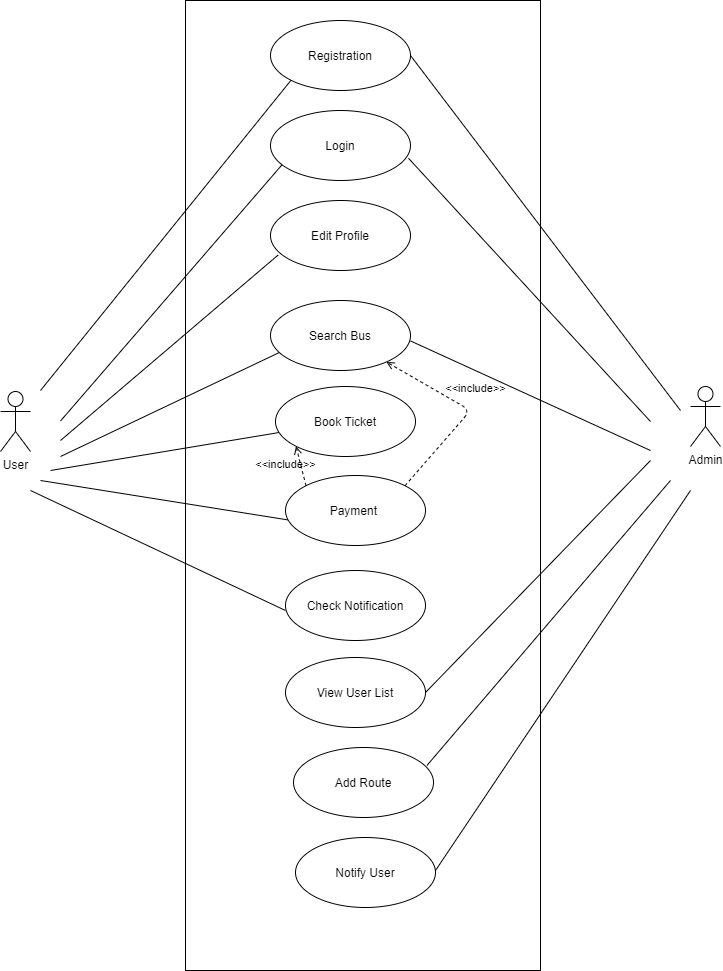
This is UML_Diagrams/UsecaseDiagram.png from lamisharawshan/Bus-Ticket-Booking-System, a draw.io export, as it was before one commit. Source tidied: cells renumbered, new cells last; positions are measured from the earlier drawing's top-left corner, leaving out a move shared by most shapes.
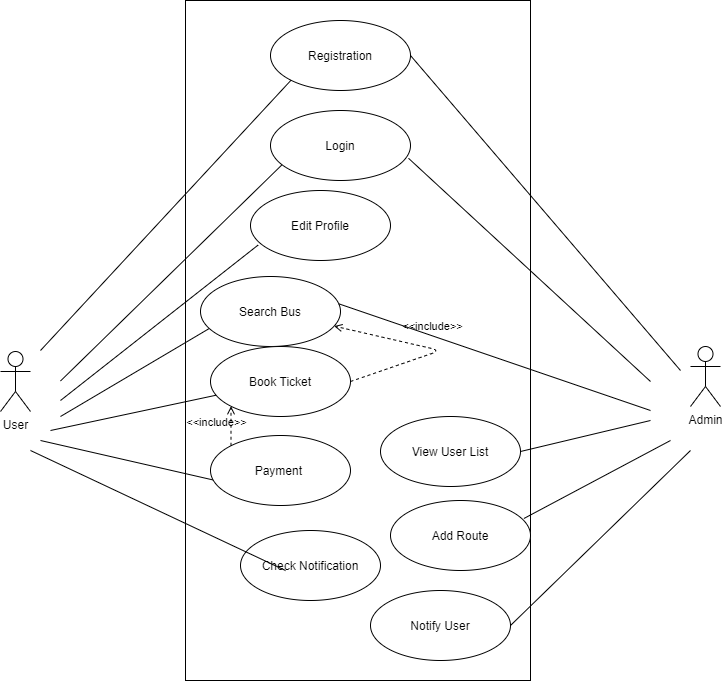
The same diagram one commit later.

What changed in the source:
```diff
@@ -3,39 +3,39 @@
     <mxCell id="0" />
     <mxCell id="1" parent="0" />
     <mxCell id="2" value="&lt;p style=&quot;margin: 0px ; margin-top: 4px ; text-align: center&quot;&gt;&lt;br&gt;&lt;/p&gt;" style="shape=rect;html=1;overflow=fill;html=1;whiteSpace=wrap;align=center;" parent="1" vertex="1">
-      <mxGeometry x="185" width="355" height="970" as="geometry" />
+      <mxGeometry x="185" y="40" width="345" height="680" as="geometry" />
     </mxCell>
     <mxCell id="3" value="Registration" style="ellipse;whiteSpace=wrap;html=1;" parent="1" vertex="1">
-      <mxGeometry x="270" y="20" width="140" height="70" as="geometry" />
+      <mxGeometry x="270" y="60" width="140" height="70" as="geometry" />
     </mxCell>
     <mxCell id="4" value="Login" style="ellipse;whiteSpace=wrap;html=1;" parent="1" vertex="1">
-      <mxGeometry x="270" y="110" width="140" height="70" as="geometry" />
+      <mxGeometry x="270" y="150" width="140" height="70" as="geometry" />
     </mxCell>
     <mxCell id="5" value="Edit Profile" style="ellipse;whiteSpace=wrap;html=1;" parent="1" vertex="1">
-      <mxGeometry x="270" y="200" width="140" height="70" as="geometry" />
+      <mxGeometry x="250" y="230" width="140" height="70" as="geometry" />
     </mxCell>
     <mxCell id="6" value="Search Bus" style="ellipse;whiteSpace=wrap;html=1;" parent="1" vertex="1">
-      <mxGeometry x="270" y="300" width="140" height="70" as="geometry" />
+      <mxGeometry x="200" y="316" width="140" height="70" as="geometry" />
     </mxCell>
     <mxCell id="7" value="Book Ticket" style="ellipse;whiteSpace=wrap;html=1;" parent="1" vertex="1">
-      <mxGeometry x="275" y="386" width="140" height="70" as="geometry" />
+      <mxGeometry x="210" y="386" width="140" height="70" as="geometry" />
     </mxCell>
     <mxCell id="8" value="Payment&amp;nbsp;" style="ellipse;whiteSpace=wrap;html=1;" parent="1" vertex="1">
-      <mxGeometry x="285" y="475" width="140" height="70" as="geometry" />
+      <mxGeometry x="210" y="475" width="140" height="70" as="geometry" />
     </mxCell>
     <mxCell id="9" value="View User List" style="ellipse;whiteSpace=wrap;html=1;" parent="1" vertex="1">
-      <mxGeometry x="285" y="657" width="140" height="70" as="geometry" />
+      <mxGeometry x="380" y="456" width="140" height="70" as="geometry" />
     </mxCell>
     <mxCell id="10" value="Add Route" style="ellipse;whiteSpace=wrap;html=1;" parent="1" vertex="1">
-      <mxGeometry x="293" y="747" width="140" height="70" as="geometry" />
+      <mxGeometry x="390" y="540" width="140" height="70" as="geometry" />
     </mxCell>
     <mxCell id="11" value="Notify User" style="ellipse;whiteSpace=wrap;html=1;" parent="1" vertex="1">
-      <mxGeometry x="295" y="837" width="140" height="70" as="geometry" />
+      <mxGeometry x="370" y="630" width="140" height="70" as="geometry" />
     </mxCell>
-    <mxCell id="12" value="&amp;lt;&amp;lt;include&amp;gt;&amp;gt;" style="edgeStyle=none;html=1;endArrow=open;verticalAlign=bottom;dashed=1;labelBackgroundColor=none;exitX=1;exitY=0;exitDx=0;exitDy=0;" parent="1" edge="1" source="8" target="6">
+    <mxCell id="12" value="&amp;lt;&amp;lt;include&amp;gt;&amp;gt;" style="edgeStyle=none;html=1;endArrow=open;verticalAlign=bottom;dashed=1;labelBackgroundColor=none;exitX=1;exitY=0.5;exitDx=0;exitDy=0;" parent="1" edge="1" source="7" target="6">
       <mxGeometry x="0.08" y="-14" relative="1" as="geometry">
         <Array as="points">
-          <mxPoint x="470" y="410" />
+          <mxPoint x="440" y="390" />
         </Array>
         <mxPoint x="3" y="2" as="offset" />
       </mxGeometry>
@@ -82,7 +82,7 @@
       </mxGeometry>
     </mxCell>
     <mxCell id="22" value="Check Notification" style="ellipse;whiteSpace=wrap;html=1;" parent="1" vertex="1">
-      <mxGeometry x="285" y="570" width="140" height="70" as="geometry" />
+      <mxGeometry x="240" y="570" width="140" height="70" as="geometry" />
     </mxCell>
     <mxCell id="23" style="edgeStyle=none;html=1;endArrow=none;verticalAlign=bottom;exitX=1;exitY=0.5;exitDx=0;exitDy=0;" parent="1" edge="1" source="3">
       <mxGeometry relative="1" as="geometry">
@@ -94,7 +94,7 @@
         <mxPoint x="650" y="460" as="targetPoint" />
       </mxGeometry>
     </mxCell>
-    <mxCell id="25" style="edgeStyle=none;html=1;endArrow=none;verticalAlign=bottom;exitX=0.634;exitY=0.351;exitDx=0;exitDy=0;exitPerimeter=0;" parent="1" edge="1" source="2">
+    <mxCell id="25" style="edgeStyle=none;html=1;endArrow=none;verticalAlign=bottom;exitX=0.989;exitY=0.391;exitDx=0;exitDy=0;exitPerimeter=0;" parent="1" edge="1" source="6">
       <mxGeometry relative="1" as="geometry">
         <mxPoint x="650" y="450" as="targetPoint" />
       </mxGeometry>
@@ -109,9 +109,8 @@
         <mxPoint x="670" y="480" as="targetPoint" />
       </mxGeometry>
     </mxCell>
-    <mxCell id="28" style="edgeStyle=none;html=1;endArrow=none;verticalAlign=bottom;" parent="1" edge="1">
+    <mxCell id="28" style="edgeStyle=none;html=1;endArrow=none;verticalAlign=bottom;exitX=1;exitY=0.5;exitDx=0;exitDy=0;" parent="1" edge="1" source="11">
       <mxGeometry relative="1" as="geometry">
-        <mxPoint x="435" y="870" as="sourcePoint" />
         <mxPoint x="690" y="490" as="targetPoint" />
       </mxGeometry>
     </mxCell>
```
